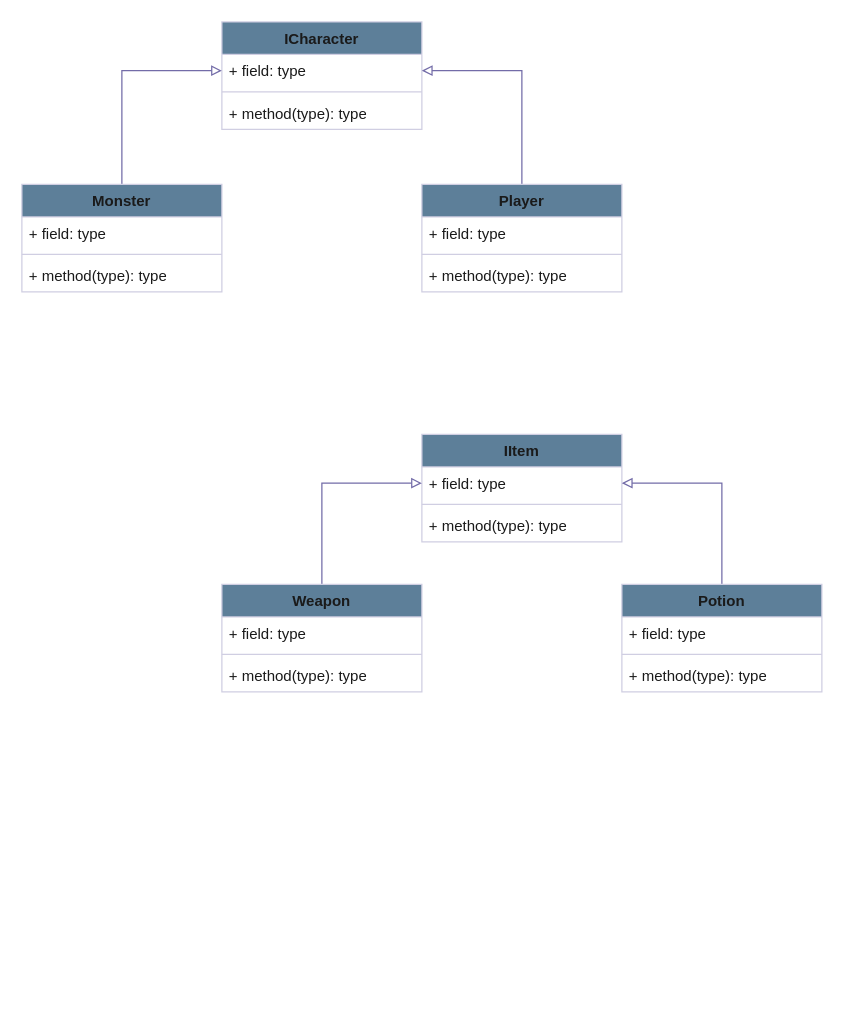
Above: CSCI 1260 project 1.drawio in CigarJellyfish/CigarJellyfish (draw.io), before the change. Source tidied: cells renumbered, new cells numbered last; positions are measured from the earlier drawing's top-left corner, leaving out a move shared by most shapes. Both pictures are drawn from the tidied source at 125%, with x=0, y=0 at pixel (21, 21).
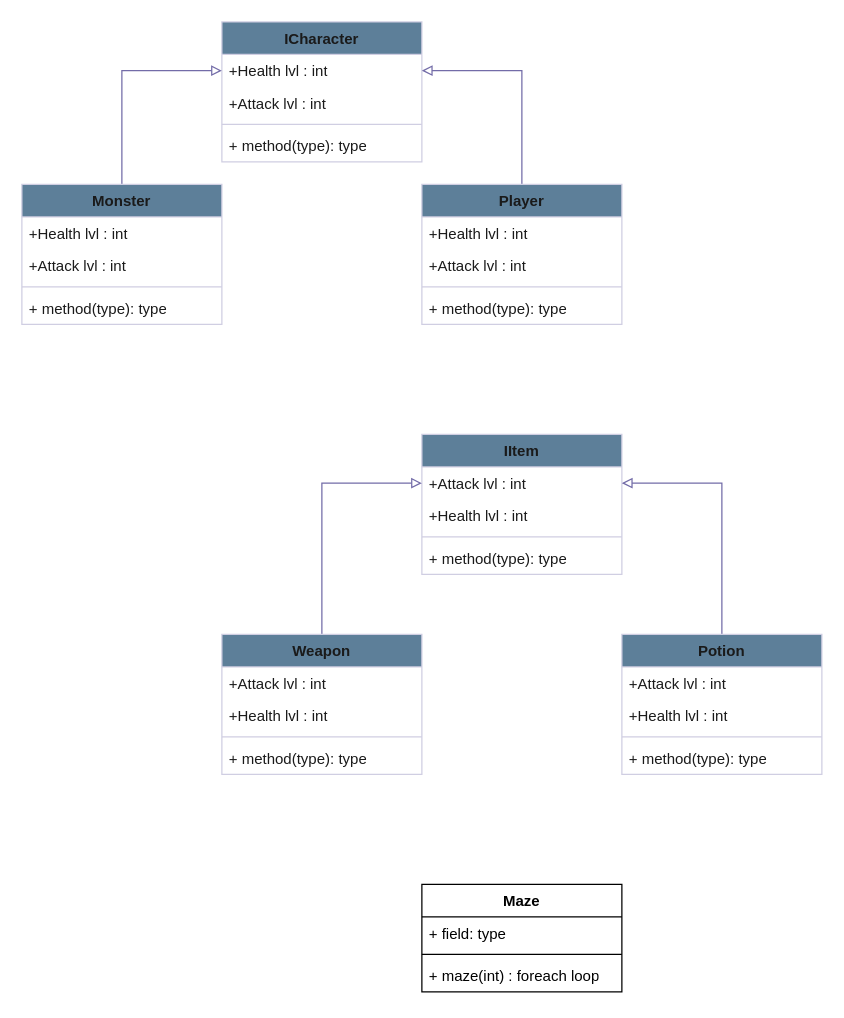
The same page after the edit.

Change to the diagram source:
```diff
@@
     <mxCell id="2" value="ICharacter" style="swimlane;fontStyle=1;align=center;verticalAlign=top;horizontal=1;startSize=26;whiteSpace=wrap;html=1;labelBackgroundColor=none;fillColor=#5D7F99;strokeColor=#D0CEE2;fontColor=#1A1A1A;" parent="1" vertex="1">
-      <mxGeometry x="160" width="160" height="86" as="geometry" />
+      <mxGeometry x="160" width="160" height="112" as="geometry" />
     </mxCell>
-    <mxCell id="3" value="+ field: type" style="text;strokeColor=none;fillColor=none;align=left;verticalAlign=top;spacingLeft=4;spacingRight=4;overflow=hidden;points=[[0,0.5],[1,0.5]];portConstraint=eastwest;whiteSpace=wrap;html=1;labelBackgroundColor=none;fontColor=#1A1A1A;" parent="2" vertex="1">
+    <mxCell id="3" value="+Health lvl : int" style="text;strokeColor=none;fillColor=none;align=left;verticalAlign=top;spacingLeft=4;spacingRight=4;overflow=hidden;points=[[0,0.5],[1,0.5]];portConstraint=eastwest;whiteSpace=wrap;html=1;labelBackgroundColor=none;fontColor=#1A1A1A;" parent="2" vertex="1">
       <mxGeometry y="26" width="160" height="26" as="geometry" />
     </mxCell>
+    <mxCell id="30" value="+Attack lvl : int" style="text;strokeColor=none;fillColor=none;align=left;verticalAlign=top;spacingLeft=4;spacingRight=4;overflow=hidden;whiteSpace=wrap;html=1;labelBackgroundColor=none;fontColor=#1A1A1A;" parent="2" vertex="1">
+      <mxGeometry y="52" width="160" height="26" as="geometry" />
+    </mxCell>
     <mxCell id="4" style="line;strokeWidth=1;fillColor=none;align=left;verticalAlign=middle;spacingTop=-1;spacingLeft=3;spacingRight=3;labelPosition=right;strokeColor=#D0CEE2;labelBackgroundColor=none;fontColor=#1A1A1A;" parent="2" vertex="1">
-      <mxGeometry y="52" width="160" height="8" as="geometry" />
+      <mxGeometry y="78" width="160" height="8" as="geometry" />
     </mxCell>
     <mxCell id="5" value="+ method(type): type" style="text;strokeColor=none;fillColor=none;align=left;verticalAlign=top;spacingLeft=4;spacingRight=4;overflow=hidden;whiteSpace=wrap;html=1;labelBackgroundColor=none;fontColor=#1A1A1A;" parent="2" vertex="1">
-      <mxGeometry y="60" width="160" height="26" as="geometry" />
+      <mxGeometry y="86" width="160" height="26" as="geometry" />
     </mxCell>
@@
     <mxCell id="7" value="Monster" style="swimlane;fontStyle=1;align=center;verticalAlign=top;horizontal=1;startSize=26;whiteSpace=wrap;html=1;labelBackgroundColor=none;fillColor=#5D7F99;strokeColor=#D0CEE2;fontColor=#1A1A1A;" parent="1" vertex="1">
-      <mxGeometry y="130" width="160" height="86" as="geometry" />
+      <mxGeometry y="130" width="160" height="112" as="geometry" />
     </mxCell>
-    <mxCell id="8" value="+ field: type" style="text;strokeColor=none;fillColor=none;align=left;verticalAlign=top;spacingLeft=4;spacingRight=4;overflow=hidden;whiteSpace=wrap;html=1;labelBackgroundColor=none;fontColor=#1A1A1A;" parent="7" vertex="1">
+    <mxCell id="8" value="+Health lvl : int" style="text;strokeColor=none;fillColor=none;align=left;verticalAlign=top;spacingLeft=4;spacingRight=4;overflow=hidden;whiteSpace=wrap;html=1;labelBackgroundColor=none;fontColor=#1A1A1A;" parent="7" vertex="1">
       <mxGeometry y="26" width="160" height="26" as="geometry" />
     </mxCell>
+    <mxCell id="31" value="+Attack lvl : int" style="text;strokeColor=none;fillColor=none;align=left;verticalAlign=top;spacingLeft=4;spacingRight=4;overflow=hidden;whiteSpace=wrap;html=1;labelBackgroundColor=none;fontColor=#1A1A1A;" parent="7" vertex="1">
+      <mxGeometry y="52" width="160" height="26" as="geometry" />
+    </mxCell>
     <mxCell id="9" style="line;strokeWidth=1;fillColor=none;align=left;verticalAlign=middle;spacingTop=-1;spacingLeft=3;spacingRight=3;labelPosition=right;strokeColor=#D0CEE2;labelBackgroundColor=none;fontColor=#1A1A1A;" parent="7" vertex="1">
-      <mxGeometry y="52" width="160" height="8" as="geometry" />
+      <mxGeometry y="78" width="160" height="8" as="geometry" />
     </mxCell>
     <mxCell id="10" value="+ method(type): type" style="text;strokeColor=none;fillColor=none;align=left;verticalAlign=top;spacingLeft=4;spacingRight=4;overflow=hidden;whiteSpace=wrap;html=1;labelBackgroundColor=none;fontColor=#1A1A1A;" parent="7" vertex="1">
-      <mxGeometry y="60" width="160" height="26" as="geometry" />
+      <mxGeometry y="86" width="160" height="26" as="geometry" />
     </mxCell>
@@
     <mxCell id="12" value="Player" style="swimlane;fontStyle=1;align=center;verticalAlign=top;horizontal=1;startSize=26;whiteSpace=wrap;html=1;labelBackgroundColor=none;fillColor=#5D7F99;strokeColor=#D0CEE2;fontColor=#1A1A1A;" parent="1" vertex="1">
-      <mxGeometry x="320" y="130" width="160" height="86" as="geometry" />
+      <mxGeometry x="320" y="130" width="160" height="112" as="geometry" />
     </mxCell>
-    <mxCell id="13" value="+ field: type" style="text;strokeColor=none;fillColor=none;align=left;verticalAlign=top;spacingLeft=4;spacingRight=4;overflow=hidden;whiteSpace=wrap;html=1;labelBackgroundColor=none;fontColor=#1A1A1A;" parent="12" vertex="1">
+    <mxCell id="13" value="+Health lvl : int" style="text;strokeColor=none;fillColor=none;align=left;verticalAlign=top;spacingLeft=4;spacingRight=4;overflow=hidden;whiteSpace=wrap;html=1;labelBackgroundColor=none;fontColor=#1A1A1A;" parent="12" vertex="1">
       <mxGeometry y="26" width="160" height="26" as="geometry" />
     </mxCell>
+    <mxCell id="32" value="+Attack lvl : int" style="text;strokeColor=none;fillColor=none;align=left;verticalAlign=top;spacingLeft=4;spacingRight=4;overflow=hidden;whiteSpace=wrap;html=1;labelBackgroundColor=none;fontColor=#1A1A1A;" parent="12" vertex="1">
+      <mxGeometry y="52" width="160" height="26" as="geometry" />
+    </mxCell>
     <mxCell id="14" style="line;strokeWidth=1;fillColor=none;align=left;verticalAlign=middle;spacingTop=-1;spacingLeft=3;spacingRight=3;labelPosition=right;strokeColor=#D0CEE2;labelBackgroundColor=none;fontColor=#1A1A1A;" parent="12" vertex="1">
-      <mxGeometry y="52" width="160" height="8" as="geometry" />
+      <mxGeometry y="78" width="160" height="8" as="geometry" />
     </mxCell>
     <mxCell id="15" value="+ method(type): type" style="text;strokeColor=none;fillColor=none;align=left;verticalAlign=top;spacingLeft=4;spacingRight=4;overflow=hidden;whiteSpace=wrap;html=1;labelBackgroundColor=none;fontColor=#1A1A1A;" parent="12" vertex="1">
-      <mxGeometry y="60" width="160" height="26" as="geometry" />
+      <mxGeometry y="86" width="160" height="26" as="geometry" />
     </mxCell>
     <mxCell id="16" value="IItem" style="swimlane;fontStyle=1;align=center;verticalAlign=top;horizontal=1;startSize=26;whiteSpace=wrap;html=1;labelBackgroundColor=none;fillColor=#5D7F99;strokeColor=#D0CEE2;fontColor=#1A1A1A;" parent="1" vertex="1">
-      <mxGeometry x="320" y="330" width="160" height="86" as="geometry" />
+      <mxGeometry x="320" y="330" width="160" height="112" as="geometry" />
     </mxCell>
-    <mxCell id="17" value="+ field: type" style="text;strokeColor=none;fillColor=none;align=left;verticalAlign=top;spacingLeft=4;spacingRight=4;overflow=hidden;points=[[0,0.5],[1,0.5]];portConstraint=eastwest;whiteSpace=wrap;html=1;labelBackgroundColor=none;fontColor=#1A1A1A;" parent="16" vertex="1">
+    <mxCell id="17" value="+Attack lvl : int" style="text;strokeColor=none;fillColor=none;align=left;verticalAlign=top;spacingLeft=4;spacingRight=4;overflow=hidden;points=[[0,0.5],[1,0.5]];portConstraint=eastwest;whiteSpace=wrap;html=1;labelBackgroundColor=none;fontColor=#1A1A1A;" parent="16" vertex="1">
       <mxGeometry y="26" width="160" height="26" as="geometry" />
     </mxCell>
+    <mxCell id="33" value="+Health lvl : int" style="text;strokeColor=none;fillColor=none;align=left;verticalAlign=top;spacingLeft=4;spacingRight=4;overflow=hidden;whiteSpace=wrap;html=1;labelBackgroundColor=none;fontColor=#1A1A1A;" parent="16" vertex="1">
+      <mxGeometry y="52" width="160" height="26" as="geometry" />
+    </mxCell>
     <mxCell id="18" style="line;strokeWidth=1;fillColor=none;align=left;verticalAlign=middle;spacingTop=-1;spacingLeft=3;spacingRight=3;labelPosition=right;strokeColor=#D0CEE2;labelBackgroundColor=none;fontColor=#1A1A1A;" parent="16" vertex="1">
-      <mxGeometry y="52" width="160" height="8" as="geometry" />
+      <mxGeometry y="78" width="160" height="8" as="geometry" />
     </mxCell>
     <mxCell id="19" value="+ method(type): type" style="text;strokeColor=none;fillColor=none;align=left;verticalAlign=top;spacingLeft=4;spacingRight=4;overflow=hidden;whiteSpace=wrap;html=1;labelBackgroundColor=none;fontColor=#1A1A1A;" parent="16" vertex="1">
-      <mxGeometry y="60" width="160" height="26" as="geometry" />
+      <mxGeometry y="86" width="160" height="26" as="geometry" />
     </mxCell>
@@
     <mxCell id="21" value="Weapon" style="swimlane;fontStyle=1;align=center;verticalAlign=top;horizontal=1;startSize=26;whiteSpace=wrap;html=1;labelBackgroundColor=none;fillColor=#5D7F99;strokeColor=#D0CEE2;fontColor=#1A1A1A;" parent="1" vertex="1">
-      <mxGeometry x="160" y="450" width="160" height="86" as="geometry" />
+      <mxGeometry x="160" y="490" width="160" height="112" as="geometry" />
     </mxCell>
-    <mxCell id="22" value="+ field: type" style="text;strokeColor=none;fillColor=none;align=left;verticalAlign=top;spacingLeft=4;spacingRight=4;overflow=hidden;whiteSpace=wrap;html=1;labelBackgroundColor=none;fontColor=#1A1A1A;" parent="21" vertex="1">
+    <mxCell id="22" value="+Attack lvl : int" style="text;strokeColor=none;fillColor=none;align=left;verticalAlign=top;spacingLeft=4;spacingRight=4;overflow=hidden;whiteSpace=wrap;html=1;labelBackgroundColor=none;fontColor=#1A1A1A;" parent="21" vertex="1">
       <mxGeometry y="26" width="160" height="26" as="geometry" />
     </mxCell>
+    <mxCell id="34" value="+Health lvl : int" style="text;strokeColor=none;fillColor=none;align=left;verticalAlign=top;spacingLeft=4;spacingRight=4;overflow=hidden;whiteSpace=wrap;html=1;labelBackgroundColor=none;fontColor=#1A1A1A;" parent="21" vertex="1">
+      <mxGeometry y="52" width="160" height="26" as="geometry" />
+    </mxCell>
     <mxCell id="23" style="line;strokeWidth=1;fillColor=none;align=left;verticalAlign=middle;spacingTop=-1;spacingLeft=3;spacingRight=3;labelPosition=right;strokeColor=#D0CEE2;labelBackgroundColor=none;fontColor=#1A1A1A;" parent="21" vertex="1">
-      <mxGeometry y="52" width="160" height="8" as="geometry" />
+      <mxGeometry y="78" width="160" height="8" as="geometry" />
     </mxCell>
     <mxCell id="24" value="+ method(type): type" style="text;strokeColor=none;fillColor=none;align=left;verticalAlign=top;spacingLeft=4;spacingRight=4;overflow=hidden;whiteSpace=wrap;html=1;labelBackgroundColor=none;fontColor=#1A1A1A;" parent="21" vertex="1">
-      <mxGeometry y="60" width="160" height="26" as="geometry" />
+      <mxGeometry y="86" width="160" height="26" as="geometry" />
     </mxCell>
@@
     <mxCell id="26" value="Potion" style="swimlane;fontStyle=1;align=center;verticalAlign=top;horizontal=1;startSize=26;whiteSpace=wrap;html=1;labelBackgroundColor=none;fillColor=#5D7F99;strokeColor=#D0CEE2;fontColor=#1A1A1A;" parent="1" vertex="1">
-      <mxGeometry x="480" y="450" width="160" height="86" as="geometry" />
+      <mxGeometry x="480" y="490" width="160" height="112" as="geometry" />
     </mxCell>
-    <mxCell id="27" value="+ field: type" style="text;strokeColor=none;fillColor=none;align=left;verticalAlign=top;spacingLeft=4;spacingRight=4;overflow=hidden;whiteSpace=wrap;html=1;labelBackgroundColor=none;fontColor=#1A1A1A;" parent="26" vertex="1">
+    <mxCell id="27" value="+Attack lvl : int" style="text;strokeColor=none;fillColor=none;align=left;verticalAlign=top;spacingLeft=4;spacingRight=4;overflow=hidden;whiteSpace=wrap;html=1;labelBackgroundColor=none;fontColor=#1A1A1A;" parent="26" vertex="1">
       <mxGeometry y="26" width="160" height="26" as="geometry" />
     </mxCell>
+    <mxCell id="35" value="+Health lvl : int" style="text;strokeColor=none;fillColor=none;align=left;verticalAlign=top;spacingLeft=4;spacingRight=4;overflow=hidden;whiteSpace=wrap;html=1;labelBackgroundColor=none;fontColor=#1A1A1A;" parent="26" vertex="1">
+      <mxGeometry y="52" width="160" height="26" as="geometry" />
+    </mxCell>
     <mxCell id="28" style="line;strokeWidth=1;fillColor=none;align=left;verticalAlign=middle;spacingTop=-1;spacingLeft=3;spacingRight=3;labelPosition=right;strokeColor=#D0CEE2;labelBackgroundColor=none;fontColor=#1A1A1A;" parent="26" vertex="1">
-      <mxGeometry y="52" width="160" height="8" as="geometry" />
+      <mxGeometry y="78" width="160" height="8" as="geometry" />
     </mxCell>
     <mxCell id="29" value="+ method(type): type" style="text;strokeColor=none;fillColor=none;align=left;verticalAlign=top;spacingLeft=4;spacingRight=4;overflow=hidden;whiteSpace=wrap;html=1;labelBackgroundColor=none;fontColor=#1A1A1A;" parent="26" vertex="1">
-      <mxGeometry y="60" width="160" height="26" as="geometry" />
+      <mxGeometry y="86" width="160" height="26" as="geometry" />
     </mxCell>
+    <mxCell id="36" value="Maze" style="swimlane;fontStyle=1;align=center;verticalAlign=top;horizontal=1;startSize=26;whiteSpace=wrap;html=1;" parent="1" vertex="1">
+      <mxGeometry x="320" y="690" width="160" height="86" as="geometry" />
+    </mxCell>
+    <mxCell id="37" value="+ field: type" style="text;strokeColor=none;fillColor=none;align=left;verticalAlign=top;spacingLeft=4;spacingRight=4;overflow=hidden;whiteSpace=wrap;html=1;" parent="36" vertex="1">
+      <mxGeometry y="26" width="160" height="26" as="geometry" />
+    </mxCell>
+    <mxCell id="38" style="line;strokeWidth=1;fillColor=none;align=left;verticalAlign=middle;spacingTop=-1;spacingLeft=3;spacingRight=3;labelPosition=right;strokeColor=inherit;" parent="36" vertex="1">
+      <mxGeometry y="52" width="160" height="8" as="geometry" />
+    </mxCell>
+    <mxCell id="39" value="+ maze(int) : foreach loop" style="text;strokeColor=none;fillColor=none;align=left;verticalAlign=top;spacingLeft=4;spacingRight=4;overflow=hidden;whiteSpace=wrap;html=1;" parent="36" vertex="1">
+      <mxGeometry y="60" width="160" height="26" as="geometry" />
+    </mxCell>
```
